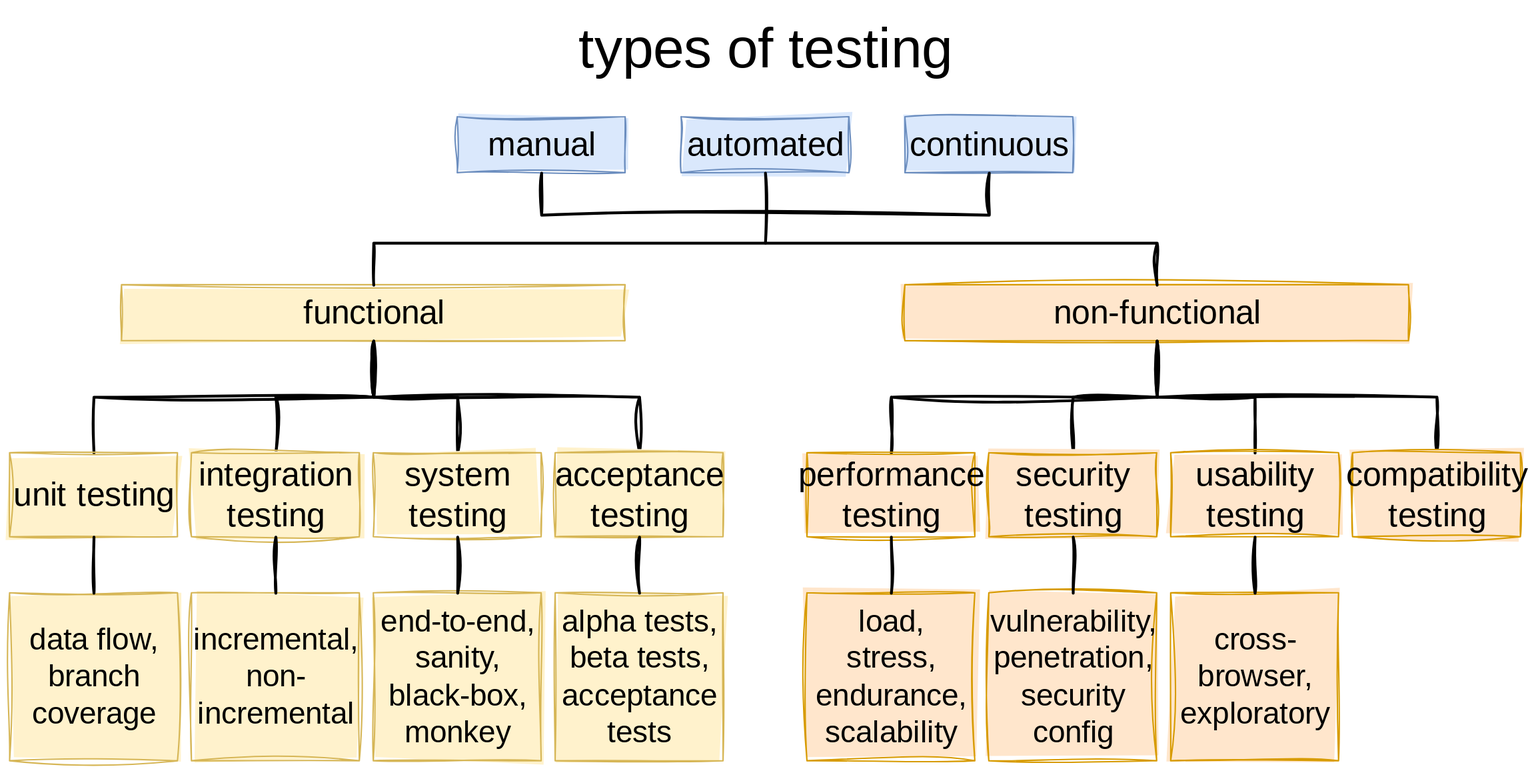
The draw.io diagram lectures/figures/types_of_testing.drawio.svg in pintergreg/software-engineering, before a commit. Source tidied: cells renumbered, new cells last; positions are measured from the earlier drawing's top-left corner, leaving out a move shared by most shapes.
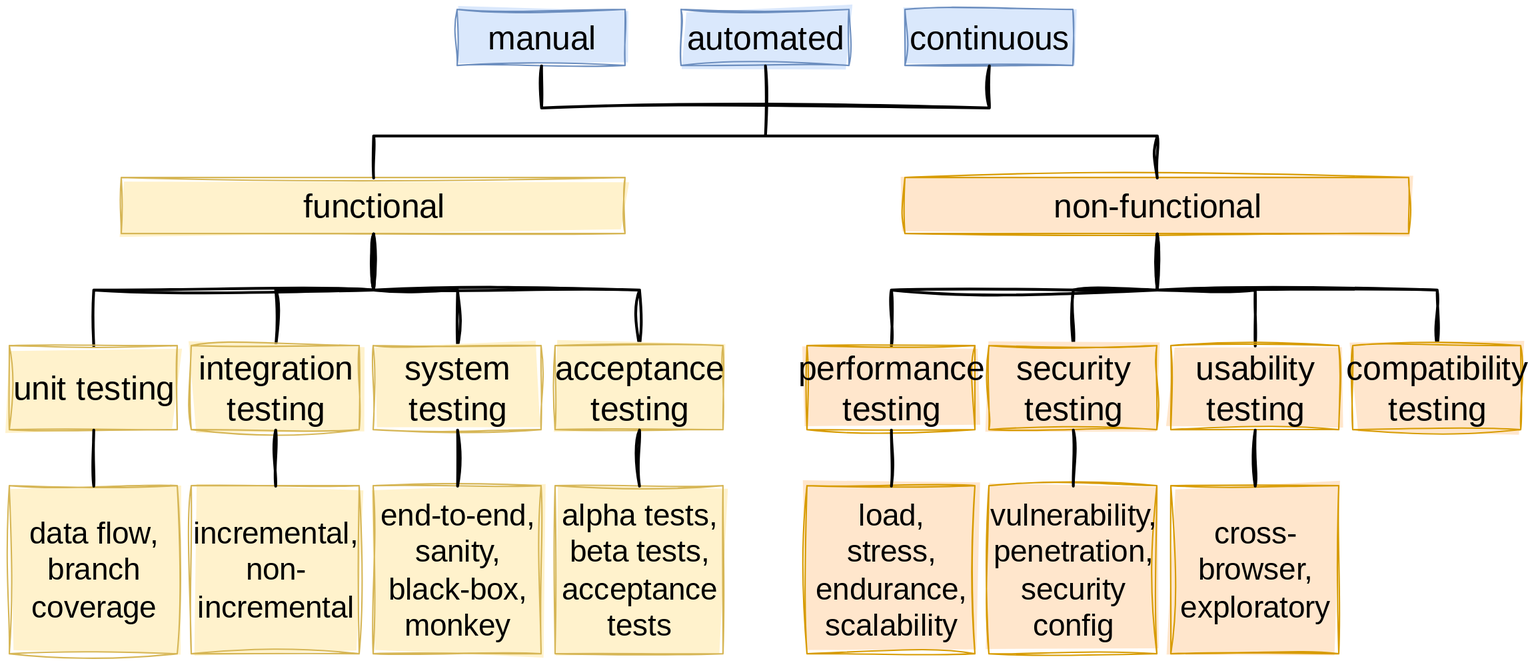
The same diagram one commit later.

Commit message:
Remove title from figure GH-78

Change to the diagram source:
```diff
@@ -128,8 +128,5 @@
         <mxPoint x="540" y="170" as="sourcePoint" />
       </mxGeometry>
     </mxCell>
-    <mxCell id="40" value="types of testing" style="text;html=1;whiteSpace=wrap;strokeColor=none;fillColor=none;align=center;verticalAlign=middle;rounded=0;fontFamily=Delicious Handrawn;fontSource=https%3A%2F%2Ffonts.googleapis.com%2Fcss%3Ffamily%3DDelicious%2BHandrawn;fontSize=40;" parent="1" vertex="1">
-      <mxGeometry x="320" width="440" height="60" as="geometry" />
-    </mxCell>
   </root>
 </mxGraphModel>
```
